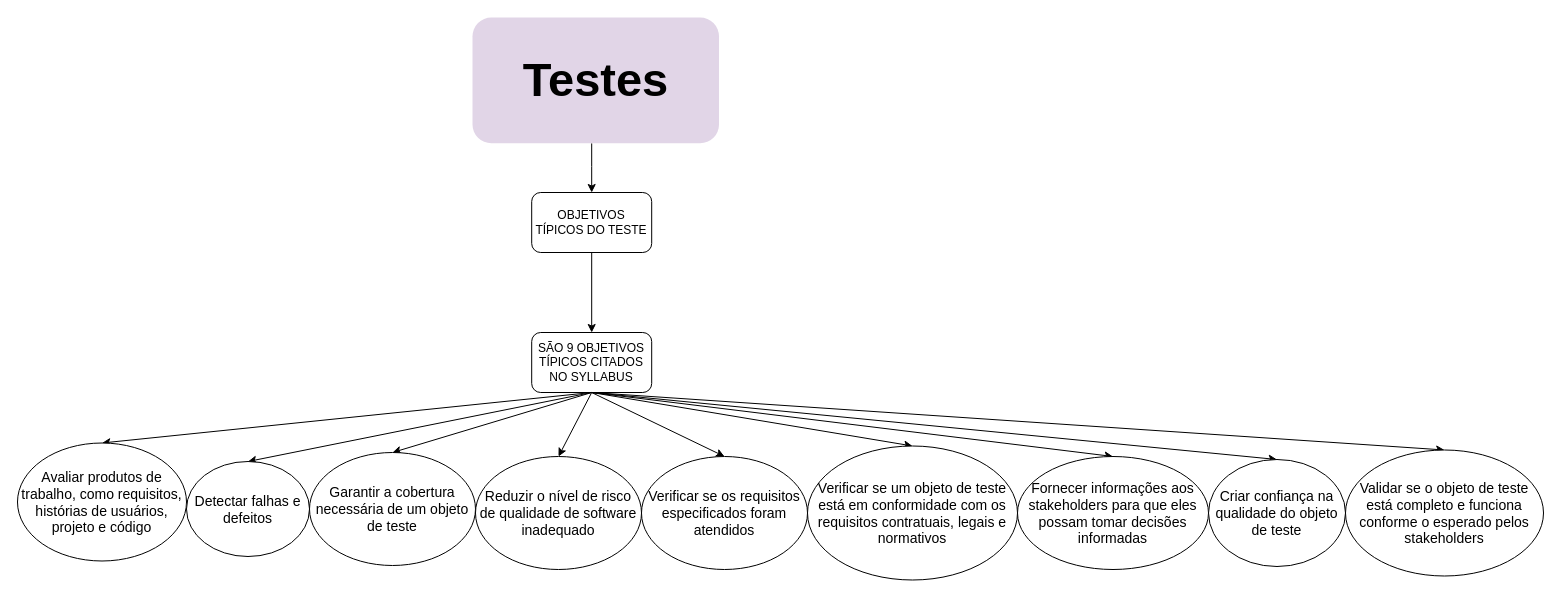
Earlier version of the draw.io diagram page "Subtopico1.1.1" (2 of 4) of capitulo1.drawio (Natalirodriguess/estudos). Source tidied: cells renumbered, new cells numbered last; positions are measured from the earlier drawing's top-left corner, leaving out a move shared by most shapes. Both pictures are drawn from the tidied source at 100%, with x=0, y=0 at pixel (17, 17).
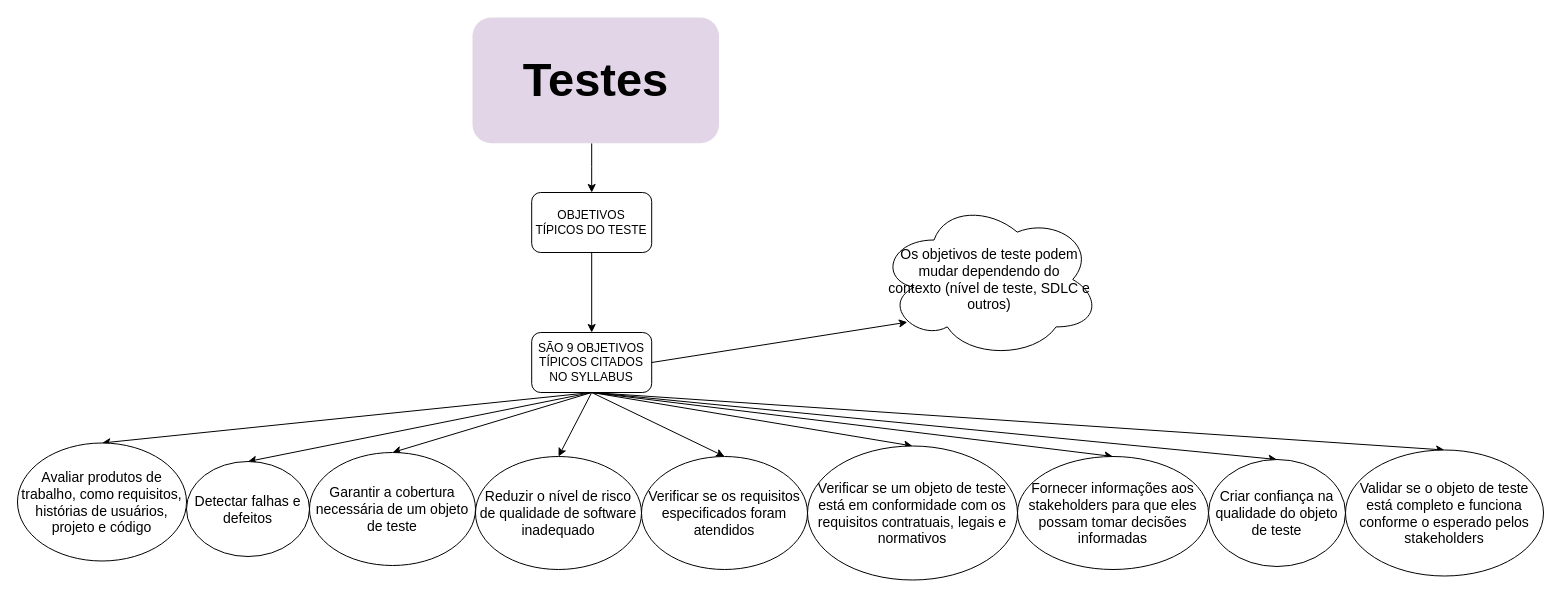
The same page after the edit.

The change refers to these unchanged cells:
```xml
<mxCell id="6" value="SÃO 9 OBJETIVOS TÍPICOS CITADOS NO SYLLABUS" style="whiteSpace=wrap;html=1;rounded=1;" parent="1" vertex="1">
  <mxGeometry x="514.2" y="315" width="120" height="60" as="geometry" />
</mxCell>
```

Change to the diagram source:
```diff
@@
+    <mxCell id="25" value="&lt;font style=&quot;font-size: 14px;&quot;&gt;Os objetivos de teste podem mudar dependendo do &lt;br&gt;contexto (nível de teste, SDLC e outros)&lt;/font&gt;" style="ellipse;shape=cloud;whiteSpace=wrap;html=1;" parent="1" vertex="1">
+      <mxGeometry x="861" y="183" width="222" height="158" as="geometry" />
+    </mxCell>
+    <mxCell id="26" style="endArrow=classic;html=1;rounded=0;entryX=0.13;entryY=0.77;entryDx=0;entryDy=0;entryPerimeter=0;exitX=1;exitY=0.5;exitDx=0;exitDy=0;" parent="1" edge="1" source="6" target="25">
+      <mxGeometry relative="1" as="geometry" />
+    </mxCell>
```
